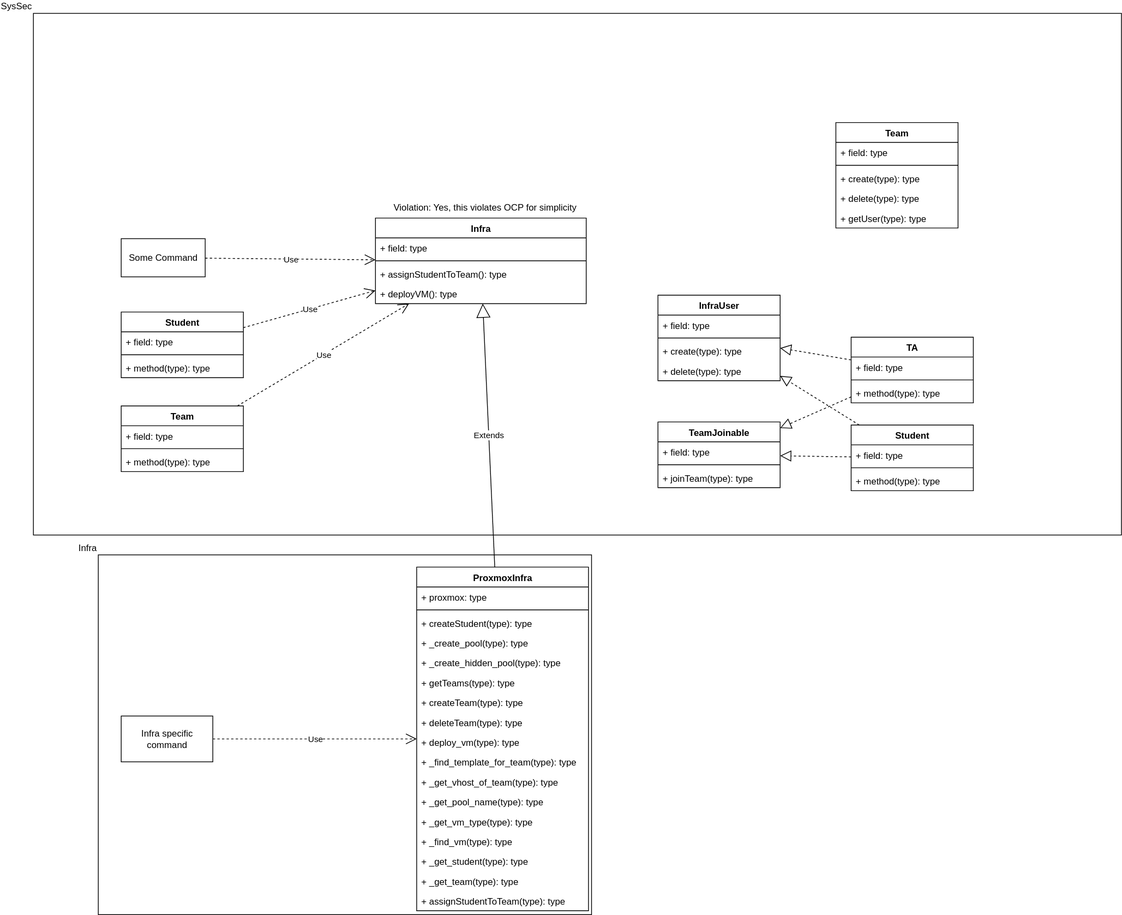
Above: diagram.svg in BlakeTnr/UBNetDefOrchestrator (draw.io), before the change. Source tidied: cells renumbered, new cells last; positions are measured from the earlier drawing's top-left corner, leaving out a move shared by most shapes.
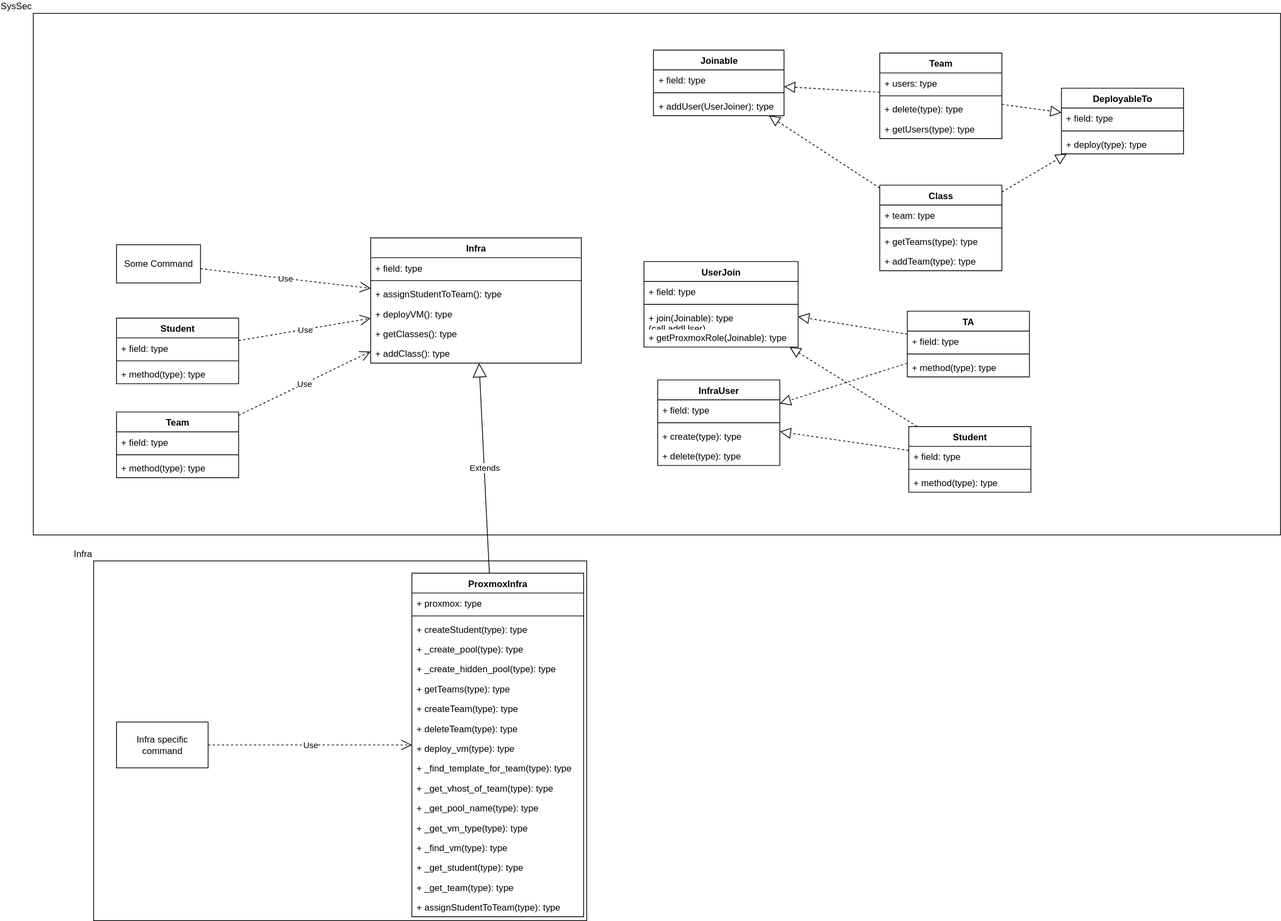
The same file after the commit.

Commit message:
Redid composition over inheritence

What changed in the source:
```diff
@@ -6,7 +6,7 @@
       <mxGeometry x="85" y="709" width="646" height="471" as="geometry" />
     </mxCell>
     <mxCell id="3" value="SysSec" style="rounded=0;whiteSpace=wrap;html=1;labelPosition=left;verticalLabelPosition=top;align=right;verticalAlign=bottom;" parent="1" vertex="1">
-      <mxGeometry width="1425" height="683" as="geometry" />
+      <mxGeometry x="6" y="-8" width="1634" height="683" as="geometry" />
     </mxCell>
     <mxCell id="4" value="ProxmoxInfra" style="swimlane;fontStyle=1;align=center;verticalAlign=top;horizontal=1;startSize=26;whiteSpace=wrap;html=1;" parent="1" vertex="1">
       <mxGeometry x="502" y="725" width="225" height="450" as="geometry" />
@@ -63,7 +63,7 @@
       <mxGeometry y="424" width="225" height="26" as="geometry" />
     </mxCell>
     <mxCell id="22" value="Infra" style="swimlane;fontStyle=1;align=center;verticalAlign=top;horizontal=1;startSize=26;whiteSpace=wrap;html=1;" parent="1" vertex="1">
-      <mxGeometry x="448" y="268" width="276" height="112" as="geometry" />
+      <mxGeometry x="448" y="286" width="276" height="164" as="geometry" />
     </mxCell>
     <mxCell id="23" value="+ field: type" style="text;strokeColor=none;fillColor=none;align=left;verticalAlign=top;spacingLeft=4;spacingRight=4;overflow=hidden;whiteSpace=wrap;html=1;" parent="22" vertex="1">
       <mxGeometry y="26" width="276" height="26" as="geometry" />
@@ -77,6 +77,12 @@
     <mxCell id="26" value="+ deployVM&lt;span style=&quot;background-color: transparent; color: light-dark(rgb(0, 0, 0), rgb(255, 255, 255));&quot;&gt;(): type&lt;/span&gt;" style="text;strokeColor=none;fillColor=none;align=left;verticalAlign=top;spacingLeft=4;spacingRight=4;overflow=hidden;whiteSpace=wrap;html=1;" parent="22" vertex="1">
       <mxGeometry y="86" width="276" height="26" as="geometry" />
     </mxCell>
+    <mxCell id="70" value="+ getClasses&lt;span style=&quot;background-color: transparent; color: light-dark(rgb(0, 0, 0), rgb(255, 255, 255));&quot;&gt;(): type&lt;/span&gt;" style="text;strokeColor=none;fillColor=none;align=left;verticalAlign=top;spacingLeft=4;spacingRight=4;overflow=hidden;whiteSpace=wrap;html=1;" parent="22" vertex="1">
+      <mxGeometry y="112" width="276" height="26" as="geometry" />
+    </mxCell>
+    <mxCell id="71" value="+ addClass&lt;span style=&quot;background-color: transparent; color: light-dark(rgb(0, 0, 0), rgb(255, 255, 255));&quot;&gt;(): type&lt;/span&gt;" style="text;strokeColor=none;fillColor=none;align=left;verticalAlign=top;spacingLeft=4;spacingRight=4;overflow=hidden;whiteSpace=wrap;html=1;" parent="22" vertex="1">
+      <mxGeometry y="138" width="276" height="26" as="geometry" />
+    </mxCell>
     <mxCell id="27" value="Some Command" style="html=1;whiteSpace=wrap;rounded=0;" parent="1" vertex="1">
       <mxGeometry x="115" y="295" width="110" height="50" as="geometry" />
     </mxCell>
@@ -119,14 +125,11 @@
     <mxCell id="40" value="Use" style="endArrow=open;endSize=12;dashed=1;html=1;rounded=0;" parent="1" edge="1" source="32" target="22">
       <mxGeometry relative="1" as="geometry" />
     </mxCell>
-    <mxCell id="41" value="Violation: Yes, this violates OCP for simplicity" style="text;html=1;align=center;verticalAlign=middle;whiteSpace=wrap;rounded=0;" parent="1" vertex="1">
-      <mxGeometry x="450" y="239" width="283" height="30" as="geometry" />
-    </mxCell>
     <mxCell id="42" value="Use" style="endArrow=open;endSize=12;dashed=1;html=1;rounded=0;" parent="1" edge="1" source="28" target="22">
       <mxGeometry relative="1" as="geometry" />
     </mxCell>
     <mxCell id="43" value="InfraUser" style="swimlane;fontStyle=1;align=center;verticalAlign=top;horizontal=1;startSize=26;whiteSpace=wrap;html=1;" parent="1" vertex="1">
-      <mxGeometry x="818" y="369" width="160" height="112" as="geometry" />
+      <mxGeometry x="824" y="472" width="160" height="112" as="geometry" />
     </mxCell>
     <mxCell id="44" value="+ field: type" style="text;strokeColor=none;fillColor=none;align=left;verticalAlign=top;spacingLeft=4;spacingRight=4;overflow=hidden;whiteSpace=wrap;html=1;" parent="43" vertex="1">
       <mxGeometry y="26" width="160" height="26" as="geometry" />
@@ -141,7 +144,7 @@
       <mxGeometry y="86" width="160" height="26" as="geometry" />
     </mxCell>
     <mxCell id="48" value="TA" style="swimlane;fontStyle=1;align=center;verticalAlign=top;horizontal=1;startSize=26;whiteSpace=wrap;html=1;" parent="1" vertex="1">
-      <mxGeometry x="1071" y="424" width="160" height="86" as="geometry" />
+      <mxGeometry x="1151" y="382" width="160" height="86" as="geometry" />
     </mxCell>
     <mxCell id="49" value="+ field: type" style="text;strokeColor=none;fillColor=none;align=left;verticalAlign=top;spacingLeft=4;spacingRight=4;overflow=hidden;whiteSpace=wrap;html=1;" parent="48" vertex="1">
       <mxGeometry y="26" width="160" height="26" as="geometry" />
@@ -153,7 +156,7 @@
       <mxGeometry y="60" width="160" height="26" as="geometry" />
     </mxCell>
     <mxCell id="52" value="Student" style="swimlane;fontStyle=1;align=center;verticalAlign=top;horizontal=1;startSize=26;whiteSpace=wrap;html=1;" parent="1" vertex="1">
-      <mxGeometry x="1071" y="539" width="160" height="86" as="geometry" />
+      <mxGeometry x="1153" y="533" width="160" height="86" as="geometry" />
     </mxCell>
     <mxCell id="53" value="+ field: type" style="text;strokeColor=none;fillColor=none;align=left;verticalAlign=top;spacingLeft=4;spacingRight=4;overflow=hidden;whiteSpace=wrap;html=1;" parent="52" vertex="1">
       <mxGeometry y="26" width="160" height="26" as="geometry" />
@@ -165,22 +168,19 @@
       <mxGeometry y="60" width="160" height="26" as="geometry" />
     </mxCell>
     <mxCell id="56" value="Team" style="swimlane;fontStyle=1;align=center;verticalAlign=top;horizontal=1;startSize=26;whiteSpace=wrap;html=1;" parent="1" vertex="1">
-      <mxGeometry x="1051" y="143" width="160" height="138" as="geometry" />
+      <mxGeometry x="1115" y="44" width="160" height="112" as="geometry" />
     </mxCell>
-    <mxCell id="57" value="+ field: type" style="text;strokeColor=none;fillColor=none;align=left;verticalAlign=top;spacingLeft=4;spacingRight=4;overflow=hidden;whiteSpace=wrap;html=1;" parent="56" vertex="1">
+    <mxCell id="57" value="+ users: type" style="text;strokeColor=none;fillColor=none;align=left;verticalAlign=top;spacingLeft=4;spacingRight=4;overflow=hidden;whiteSpace=wrap;html=1;" parent="56" vertex="1">
       <mxGeometry y="26" width="160" height="26" as="geometry" />
     </mxCell>
     <mxCell id="58" style="line;strokeWidth=1;fillColor=none;align=left;verticalAlign=middle;spacingTop=-1;spacingLeft=3;spacingRight=3;labelPosition=right;strokeColor=inherit;" parent="56" vertex="1">
       <mxGeometry y="52" width="160" height="8" as="geometry" />
     </mxCell>
-    <mxCell id="59" value="+ create(type): type" style="text;strokeColor=none;fillColor=none;align=left;verticalAlign=top;spacingLeft=4;spacingRight=4;overflow=hidden;whiteSpace=wrap;html=1;" parent="56" vertex="1">
-      <mxGeometry y="60" width="160" height="26" as="geometry" />
-    </mxCell>
     <mxCell id="60" value="+ delete(type): type" style="text;strokeColor=none;fillColor=none;align=left;verticalAlign=top;spacingLeft=4;spacingRight=4;overflow=hidden;whiteSpace=wrap;html=1;" parent="56" vertex="1">
-      <mxGeometry y="86" width="160" height="26" as="geometry" />
+      <mxGeometry y="60" width="160" height="26" as="geometry" />
     </mxCell>
-    <mxCell id="61" value="+ getUser(type): type" style="text;strokeColor=none;fillColor=none;align=left;verticalAlign=top;spacingLeft=4;spacingRight=4;overflow=hidden;whiteSpace=wrap;html=1;" parent="56" vertex="1">
-      <mxGeometry y="112" width="160" height="26" as="geometry" />
+    <mxCell id="61" value="+ getUsers(type): type" style="text;strokeColor=none;fillColor=none;align=left;verticalAlign=top;spacingLeft=4;spacingRight=4;overflow=hidden;whiteSpace=wrap;html=1;" parent="56" vertex="1">
+      <mxGeometry y="86" width="160" height="26" as="geometry" />
     </mxCell>
     <mxCell id="62" style="endArrow=block;dashed=1;endFill=0;endSize=12;html=1;rounded=0;" parent="1" edge="1" source="48" target="43">
       <mxGeometry relative="1" as="geometry" />
@@ -188,23 +188,77 @@
     <mxCell id="63" style="endArrow=block;dashed=1;endFill=0;endSize=12;html=1;rounded=0;" parent="1" edge="1" source="52" target="43">
       <mxGeometry relative="1" as="geometry" />
     </mxCell>
-    <mxCell id="64" value="TeamJoinable" style="swimlane;fontStyle=1;align=center;verticalAlign=top;horizontal=1;startSize=26;whiteSpace=wrap;html=1;" parent="1" vertex="1">
-      <mxGeometry x="818" y="535" width="160" height="86" as="geometry" />
+    <mxCell id="64" value="UserJoin" style="swimlane;fontStyle=1;align=center;verticalAlign=top;horizontal=1;startSize=26;whiteSpace=wrap;html=1;" parent="1" vertex="1">
+      <mxGeometry x="806" y="317" width="202" height="112" as="geometry" />
     </mxCell>
     <mxCell id="65" value="+ field: type" style="text;strokeColor=none;fillColor=none;align=left;verticalAlign=top;spacingLeft=4;spacingRight=4;overflow=hidden;whiteSpace=wrap;html=1;" parent="64" vertex="1">
-      <mxGeometry y="26" width="160" height="26" as="geometry" />
+      <mxGeometry y="26" width="202" height="26" as="geometry" />
     </mxCell>
     <mxCell id="66" style="line;strokeWidth=1;fillColor=none;align=left;verticalAlign=middle;spacingTop=-1;spacingLeft=3;spacingRight=3;labelPosition=right;strokeColor=inherit;" parent="64" vertex="1">
-      <mxGeometry y="52" width="160" height="8" as="geometry" />
+      <mxGeometry y="52" width="202" height="8" as="geometry" />
     </mxCell>
-    <mxCell id="67" value="+ joinTeam(type): type" style="text;strokeColor=none;fillColor=none;align=left;verticalAlign=top;spacingLeft=4;spacingRight=4;overflow=hidden;whiteSpace=wrap;html=1;" parent="64" vertex="1">
-      <mxGeometry y="60" width="160" height="26" as="geometry" />
+    <mxCell id="67" value="+ join(Joinable&lt;span style=&quot;background-color: transparent; color: light-dark(rgb(0, 0, 0), rgb(255, 255, 255));&quot;&gt;): type&lt;br&gt;(call addUser)&lt;/span&gt;" style="text;strokeColor=none;fillColor=none;align=left;verticalAlign=top;spacingLeft=4;spacingRight=4;overflow=hidden;whiteSpace=wrap;html=1;" parent="64" vertex="1">
+      <mxGeometry y="60" width="202" height="26" as="geometry" />
     </mxCell>
+    <mxCell id="72" value="+ getProxmoxRole(Joinable&lt;span style=&quot;background-color: transparent; color: light-dark(rgb(0, 0, 0), rgb(255, 255, 255));&quot;&gt;): type&lt;/span&gt;" style="text;strokeColor=none;fillColor=none;align=left;verticalAlign=top;spacingLeft=4;spacingRight=4;overflow=hidden;whiteSpace=wrap;html=1;" parent="64" vertex="1">
+      <mxGeometry y="86" width="202" height="26" as="geometry" />
+    </mxCell>
     <mxCell id="68" style="endArrow=block;dashed=1;endFill=0;endSize=12;html=1;rounded=0;" parent="1" edge="1" source="48" target="64">
       <mxGeometry relative="1" as="geometry" />
     </mxCell>
     <mxCell id="69" style="endArrow=block;dashed=1;endFill=0;endSize=12;html=1;rounded=0;" parent="1" edge="1" source="52" target="64">
       <mxGeometry relative="1" as="geometry" />
     </mxCell>
+    <mxCell id="73" value="Class" style="swimlane;fontStyle=1;align=center;verticalAlign=top;horizontal=1;startSize=26;whiteSpace=wrap;html=1;" parent="1" vertex="1">
+      <mxGeometry x="1115" y="217" width="160" height="112" as="geometry" />
+    </mxCell>
+    <mxCell id="74" value="+ team: type" style="text;strokeColor=none;fillColor=none;align=left;verticalAlign=top;spacingLeft=4;spacingRight=4;overflow=hidden;whiteSpace=wrap;html=1;" parent="73" vertex="1">
+      <mxGeometry y="26" width="160" height="26" as="geometry" />
+    </mxCell>
+    <mxCell id="75" style="line;strokeWidth=1;fillColor=none;align=left;verticalAlign=middle;spacingTop=-1;spacingLeft=3;spacingRight=3;labelPosition=right;strokeColor=inherit;" parent="73" vertex="1">
+      <mxGeometry y="52" width="160" height="8" as="geometry" />
+    </mxCell>
+    <mxCell id="76" value="+ getTeams(type): type" style="text;strokeColor=none;fillColor=none;align=left;verticalAlign=top;spacingLeft=4;spacingRight=4;overflow=hidden;whiteSpace=wrap;html=1;" parent="73" vertex="1">
+      <mxGeometry y="60" width="160" height="26" as="geometry" />
+    </mxCell>
+    <mxCell id="77" value="+ addTeam(type): type" style="text;strokeColor=none;fillColor=none;align=left;verticalAlign=top;spacingLeft=4;spacingRight=4;overflow=hidden;whiteSpace=wrap;html=1;" parent="73" vertex="1">
+      <mxGeometry y="86" width="160" height="26" as="geometry" />
+    </mxCell>
+    <mxCell id="78" value="DeployableTo" style="swimlane;fontStyle=1;align=center;verticalAlign=top;horizontal=1;startSize=26;whiteSpace=wrap;html=1;" parent="1" vertex="1">
+      <mxGeometry x="1353" y="90" width="160" height="86" as="geometry" />
+    </mxCell>
+    <mxCell id="79" value="+ field: type" style="text;strokeColor=none;fillColor=none;align=left;verticalAlign=top;spacingLeft=4;spacingRight=4;overflow=hidden;whiteSpace=wrap;html=1;" parent="78" vertex="1">
+      <mxGeometry y="26" width="160" height="26" as="geometry" />
+    </mxCell>
+    <mxCell id="80" style="line;strokeWidth=1;fillColor=none;align=left;verticalAlign=middle;spacingTop=-1;spacingLeft=3;spacingRight=3;labelPosition=right;strokeColor=inherit;" parent="78" vertex="1">
+      <mxGeometry y="52" width="160" height="8" as="geometry" />
+    </mxCell>
+    <mxCell id="81" value="+ deploy(type): type" style="text;strokeColor=none;fillColor=none;align=left;verticalAlign=top;spacingLeft=4;spacingRight=4;overflow=hidden;whiteSpace=wrap;html=1;" parent="78" vertex="1">
+      <mxGeometry y="60" width="160" height="26" as="geometry" />
+    </mxCell>
+    <mxCell id="82" style="endArrow=block;dashed=1;endFill=0;endSize=12;html=1;rounded=0;" parent="1" edge="1" source="56" target="78">
+      <mxGeometry relative="1" as="geometry" />
+    </mxCell>
+    <mxCell id="83" style="endArrow=block;dashed=1;endFill=0;endSize=12;html=1;rounded=0;" parent="1" edge="1" source="73" target="78">
+      <mxGeometry relative="1" as="geometry" />
+    </mxCell>
+    <mxCell id="84" value="Joinable" style="swimlane;fontStyle=1;align=center;verticalAlign=top;horizontal=1;startSize=26;whiteSpace=wrap;html=1;" parent="1" vertex="1">
+      <mxGeometry x="818.5" y="40" width="171" height="86" as="geometry" />
+    </mxCell>
+    <mxCell id="85" value="+ field: type" style="text;strokeColor=none;fillColor=none;align=left;verticalAlign=top;spacingLeft=4;spacingRight=4;overflow=hidden;whiteSpace=wrap;html=1;" parent="84" vertex="1">
+      <mxGeometry y="26" width="171" height="26" as="geometry" />
+    </mxCell>
+    <mxCell id="86" style="line;strokeWidth=1;fillColor=none;align=left;verticalAlign=middle;spacingTop=-1;spacingLeft=3;spacingRight=3;labelPosition=right;strokeColor=inherit;" parent="84" vertex="1">
+      <mxGeometry y="52" width="171" height="8" as="geometry" />
+    </mxCell>
+    <mxCell id="87" value="+ addUser(UserJoiner): type" style="text;strokeColor=none;fillColor=none;align=left;verticalAlign=top;spacingLeft=4;spacingRight=4;overflow=hidden;whiteSpace=wrap;html=1;" parent="84" vertex="1">
+      <mxGeometry y="60" width="171" height="26" as="geometry" />
+    </mxCell>
+    <mxCell id="88" style="endArrow=block;dashed=1;endFill=0;endSize=12;html=1;rounded=0;" parent="1" edge="1" source="56" target="84">
+      <mxGeometry relative="1" as="geometry" />
+    </mxCell>
+    <mxCell id="89" style="endArrow=block;dashed=1;endFill=0;endSize=12;html=1;rounded=0;" parent="1" edge="1" source="73" target="84">
+      <mxGeometry relative="1" as="geometry" />
+    </mxCell>
   </root>
 </mxGraphModel>
```
